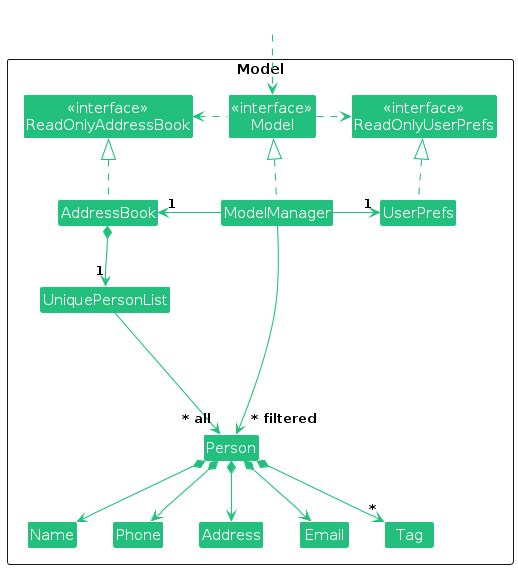
AY2526S2-CS2103T-T15-1/tp keeps this PlantUML diagram as diagrams/ModelClassDiagram.png. Above is the earlier version. Its source is kept beside it as diagrams/ModelClassDiagram.puml.
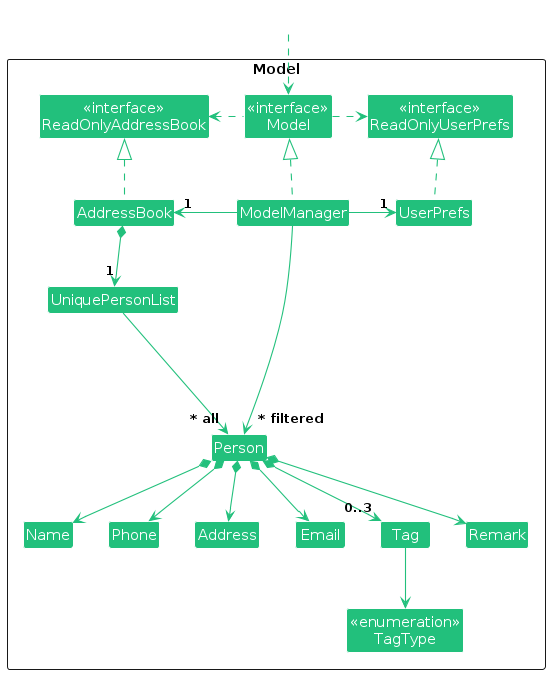
Above is the later version.

What changed in the source:
```diff
@@ -8,6 +8,7 @@
 Class "<<interface>>\nReadOnlyAddressBook" as ReadOnlyAddressBook
 Class "<<interface>>\nReadOnlyUserPrefs" as ReadOnlyUserPrefs
 Class "<<interface>>\nModel" as Model
+Class "<<enumeration>>\nTagType" as TagType
 Class AddressBook
 Class ModelManager
 Class UserPrefs
@@ -19,6 +20,8 @@
 Class Name
 Class Phone
 Class Tag
+class Remark
+
 
 Class I #FFFFFF
 }
@@ -41,7 +44,9 @@
 Person *--> Phone
 Person *--> Email
 Person *--> Address
-Person *--> "*" Tag
+Person *--> Remark
+Person *--> "0..3" Tag
+Tag --> TagType
 
 Person -[hidden]up--> I
 UniquePersonList -[hidden]right-> I
```
